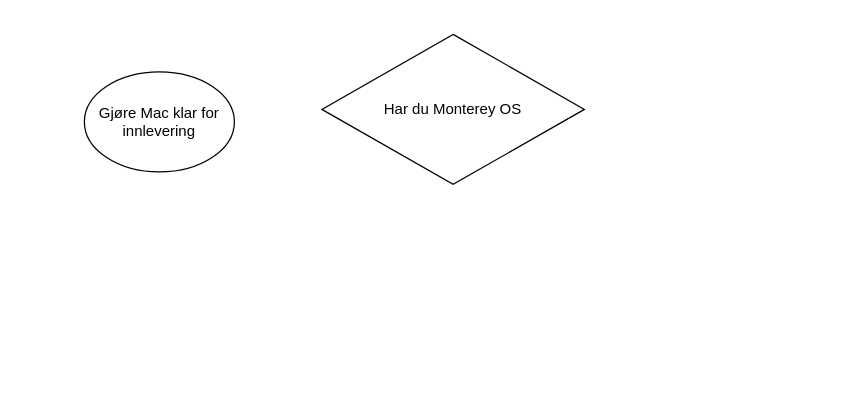
The draw.io diagram Mac.drawio in Madelelo/diagrammer, before the edit. Source tidied: cells renumbered, new cells numbered last; positions are measured from the earlier drawing's top-left corner, leaving out a move shared by most shapes. Both pictures are drawn from the tidied source at 125%, with x=0, y=0 at pixel (84, 34).
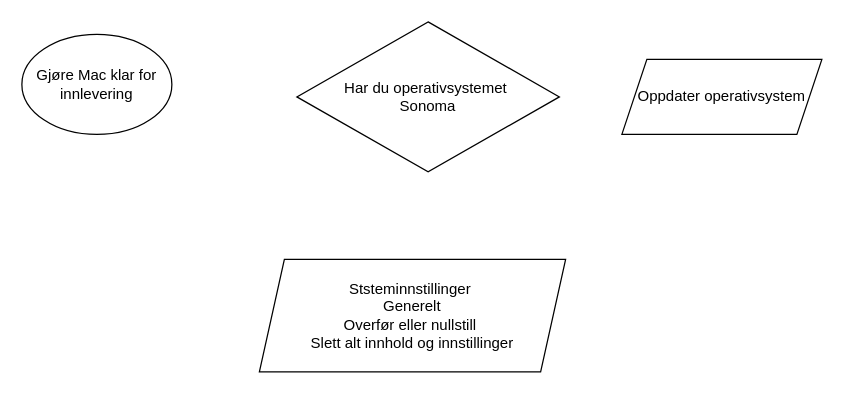
The same page after the edit.

Change to the diagram source:
```diff
@@
 <mxGraphModel>
   <root>
     <mxCell id="0" />
     <mxCell id="1" parent="0" />
-    <mxCell id="2" value="Har du Monterey OS" style="rhombus;whiteSpace=wrap;html=1;" parent="1" vertex="1">
-      <mxGeometry x="190" width="210" height="120" as="geometry" />
+    <mxCell id="2" value="Har du operativsystemet&amp;nbsp;&lt;div&gt;Sonoma&lt;/div&gt;" style="rhombus;whiteSpace=wrap;html=1;" parent="1" vertex="1">
+      <mxGeometry x="170" y="-10" width="210" height="120" as="geometry" />
     </mxCell>
     <mxCell id="3" value="Gjøre Mac klar for innlevering" style="ellipse;whiteSpace=wrap;html=1;" parent="1" vertex="1">
-      <mxGeometry y="30" width="120" height="80" as="geometry" />
+      <mxGeometry x="-50" width="120" height="80" as="geometry" />
     </mxCell>
+    <mxCell id="4" value="Oppdater operativsystem" style="shape=parallelogram;perimeter=parallelogramPerimeter;whiteSpace=wrap;html=1;fixedSize=1;" parent="1" vertex="1">
+      <mxGeometry x="430" y="20" width="160" height="60" as="geometry" />
+    </mxCell>
+    <mxCell id="5" value="Ststeminnstillinger&amp;nbsp;&lt;div&gt;Generelt&lt;/div&gt;&lt;div&gt;Overfør eller nullstill&amp;nbsp;&lt;/div&gt;&lt;div&gt;Slett alt innhold og innstillinger&lt;/div&gt;" style="shape=parallelogram;perimeter=parallelogramPerimeter;whiteSpace=wrap;html=1;fixedSize=1;" parent="1" vertex="1">
+      <mxGeometry x="140" y="180" width="245" height="90" as="geometry" />
+    </mxCell>
   </root>
 </mxGraphModel>
```
